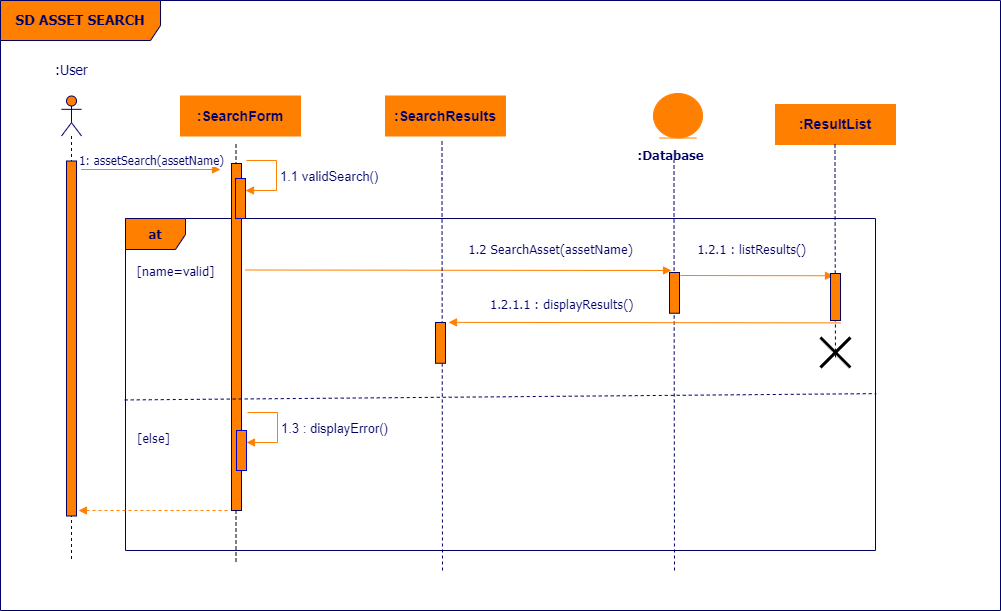
The draw.io diagram itam-uml/itam-sequence-diagram/itam-sequence-diagram-asset-search.png in kxh03/itam, before a commit. Source tidied: cells renumbered, new cells last; positions are measured from the earlier drawing's top-left corner, leaving out a move shared by most shapes. Source of this version:
```xml
<mxGraphModel background="#FFFFFF">
  <root>
    <mxCell id="0" />
    <mxCell id="1" parent="0" />
    <mxCell id="2" style="endArrow=none;dashed=1;html=1;rounded=0;exitX=0.5;exitY=0.614;exitDx=0;exitDy=0;exitPerimeter=0;" parent="1" edge="1">
      <mxGeometry relative="1" as="geometry">
        <mxPoint x="235.5" y="561" as="sourcePoint" />
        <mxPoint x="235.5" y="141" as="targetPoint" />
        <Array as="points">
          <mxPoint x="235.5" y="180" />
        </Array>
      </mxGeometry>
    </mxCell>
    <mxCell id="3" value="&lt;b&gt;SD ASSET SEARCH&lt;/b&gt;" style="shape=umlFrame;whiteSpace=wrap;html=1;strokeColor=#000066;fillColor=#FF8000;fontFamily=Tahoma;fontSize=14;fontColor=#000066;align=center;width=160;height=40;" parent="1" vertex="1">
      <mxGeometry width="1000" height="610" as="geometry" />
    </mxCell>
    <mxCell id="4" style="shape=umlLifeline;participant=umlActor;perimeter=lifelinePerimeter;whiteSpace=wrap;html=1;verticalAlign=top;spacingTop=36;labelBackgroundColor=#ffffff;strokeColor=#000066;fillColor=#FF8000;fontFamily=Tahoma;fontSize=14;fontColor=#000066;" parent="1" vertex="1">
      <mxGeometry x="61" y="95.5" width="20" height="464.5" as="geometry" />
    </mxCell>
    <mxCell id="5" style="html=1;perimeter=orthogonalPerimeter;strokeColor=#000066;fillColor=#FF8000;fontFamily=Tahoma;fontSize=10;fontColor=#000066;align=left;" parent="4" vertex="1">
      <mxGeometry x="5" y="65" width="10" height="355" as="geometry" />
    </mxCell>
    <mxCell id="6" value=":User" style="text;html=1;align=center;verticalAlign=top;spacingTop=-4;fontSize=14;fontFamily=Tahoma;fontColor=#000066;" parent="1" vertex="1">
      <mxGeometry x="41" y="59" width="60" height="20" as="geometry" />
    </mxCell>
    <mxCell id="7" value="&lt;font style=&quot;font-size: 12px;&quot;&gt;1: assetSearch(assetName)&lt;/font&gt;" style="html=1;verticalAlign=bottom;endArrow=block;entryX=0;entryY=0;strokeColor=#FF8000;fontFamily=Tahoma;fontSize=10;fontColor=#000066;" parent="1" edge="1">
      <mxGeometry relative="1" as="geometry">
        <mxPoint x="80.5" y="169" as="sourcePoint" />
        <mxPoint x="220" y="169" as="targetPoint" />
      </mxGeometry>
    </mxCell>
    <mxCell id="8" value="&lt;font style=&quot;font-size: 13px;&quot;&gt;&lt;b&gt;at&lt;/b&gt;&lt;/font&gt;" style="shape=umlFrame;whiteSpace=wrap;html=1;strokeColor=#000066;fillColor=#FF8000;fontFamily=Tahoma;fontSize=10;fontColor=#000066;align=center;width=60;height=31;" parent="1" vertex="1">
      <mxGeometry x="125" y="218" width="750" height="332" as="geometry" />
    </mxCell>
    <mxCell id="9" value="&lt;font color=&quot;#000066&quot; style=&quot;font-size: 14px;&quot;&gt;&lt;b&gt;:SearchForm&lt;/b&gt;&lt;/font&gt;" style="rounded=0;whiteSpace=wrap;html=1;strokeColor=#FF8000;fillColor=#FF8000;" parent="1" vertex="1">
      <mxGeometry x="180" y="95.5" width="120" height="40" as="geometry" />
    </mxCell>
    <mxCell id="10" style="html=1;perimeter=orthogonalPerimeter;strokeColor=#000066;fillColor=#FF8000;fontFamily=Tahoma;fontSize=10;fontColor=#000066;align=left;" parent="1" vertex="1">
      <mxGeometry x="231" y="163" width="10" height="347" as="geometry" />
    </mxCell>
    <mxCell id="11" style="html=1;points=[[0,0,0,0,5],[0,1,0,0,-5],[1,0,0,0,5],[1,1,0,0,-5]];perimeter=orthogonalPerimeter;outlineConnect=0;targetShapes=umlLifeline;portConstraint=eastwest;newEdgeStyle={&quot;curved&quot;:0,&quot;rounded&quot;:0};strokeColor=#0000CC;fillColor=#FF8000;" parent="1" vertex="1">
      <mxGeometry x="235" y="178" width="10" height="40" as="geometry" />
    </mxCell>
    <mxCell id="12" value="&lt;font style=&quot;font-size: 13px;&quot; color=&quot;#000066&quot;&gt;1.1 validSearch()&lt;/font&gt;" style="html=1;align=left;spacingLeft=2;endArrow=block;rounded=0;edgeStyle=orthogonalEdgeStyle;curved=0;rounded=0;strokeColor=#FF8000;" parent="1" edge="1" target="11">
      <mxGeometry x="0.01" relative="1" as="geometry">
        <mxPoint x="246" y="160" as="sourcePoint" />
        <Array as="points">
          <mxPoint x="276" y="190" />
        </Array>
      </mxGeometry>
    </mxCell>
    <mxCell id="13" value="&lt;div style=&quot;text-align: center&quot;&gt;&lt;span style=&quot;font-size: 13px;&quot;&gt;[name=valid]&lt;/span&gt;&lt;/div&gt;" style="text;html=1;align=center;verticalAlign=top;spacingTop=-4;fontSize=14;fontFamily=Tahoma;fontColor=#000066;" parent="1" vertex="1">
      <mxGeometry x="125" y="260" width="100" height="20" as="geometry" />
    </mxCell>
    <mxCell id="14" style="html=1;verticalAlign=bottom;endArrow=block;strokeColor=#FF8000;fontFamily=Tahoma;fontSize=10;fontColor=#000066;" parent="1" edge="1">
      <mxGeometry relative="1" as="geometry">
        <mxPoint x="245" y="269.5" as="sourcePoint" />
        <mxPoint x="671" y="270" as="targetPoint" />
      </mxGeometry>
    </mxCell>
    <mxCell id="15" style="endArrow=none;dashed=1;html=1;rounded=0;strokeColor=#000066;" parent="1" edge="1">
      <mxGeometry relative="1" as="geometry">
        <mxPoint x="442" y="570" as="sourcePoint" />
        <mxPoint x="441.5" y="139" as="targetPoint" />
        <Array as="points">
          <mxPoint x="441.5" y="178" />
        </Array>
      </mxGeometry>
    </mxCell>
    <mxCell id="16" value="&lt;font color=&quot;#000066&quot; style=&quot;font-size: 14px;&quot;&gt;&lt;b&gt;:SearchResults&lt;/b&gt;&lt;/font&gt;" style="rounded=0;whiteSpace=wrap;html=1;strokeColor=#FF8000;fillColor=#FF8000;" parent="1" vertex="1">
      <mxGeometry x="385" y="95.5" width="120" height="40" as="geometry" />
    </mxCell>
    <mxCell id="17" style="html=1;perimeter=orthogonalPerimeter;strokeColor=#000066;fillColor=#FF8000;fontFamily=Tahoma;fontSize=10;fontColor=#000066;align=left;" parent="1" vertex="1">
      <mxGeometry x="435" y="322" width="10" height="40.8" as="geometry" />
    </mxCell>
    <mxCell id="18" value="&lt;div style=&quot;text-align: center&quot;&gt;&lt;span style=&quot;font-size: 13px;&quot;&gt;1.2 SearchAsset(assetName)&lt;/span&gt;&lt;/div&gt;" style="text;html=1;align=center;verticalAlign=top;spacingTop=-4;fontSize=14;fontFamily=Tahoma;fontColor=#000066;" parent="1" vertex="1">
      <mxGeometry x="455" y="237.8" width="190" height="20" as="geometry" />
    </mxCell>
    <mxCell id="19" style="ellipse;shape=umlEntity;whiteSpace=wrap;html=1;fillColor=#FF8000;strokeColor=#FF8000;" parent="1" vertex="1">
      <mxGeometry x="653" y="93" width="49" height="44.5" as="geometry" />
    </mxCell>
    <mxCell id="20" value="&lt;div style=&quot;text-align: center&quot;&gt;&lt;span style=&quot;font-size: 13px;&quot;&gt;&lt;b&gt;:Database&lt;/b&gt;&lt;/span&gt;&lt;/div&gt;" style="text;html=1;align=center;verticalAlign=top;spacingTop=-4;fontSize=14;fontFamily=Tahoma;fontColor=#000066;" parent="1" vertex="1">
      <mxGeometry x="625" y="144" width="90" height="20" as="geometry" />
    </mxCell>
    <mxCell id="21" style="endArrow=none;dashed=1;html=1;rounded=0;strokeColor=#000066;" parent="1" edge="1">
      <mxGeometry relative="1" as="geometry">
        <mxPoint x="674" y="570" as="sourcePoint" />
        <mxPoint x="673.5" y="160" as="targetPoint" />
        <Array as="points">
          <mxPoint x="673.5" y="199" />
        </Array>
      </mxGeometry>
    </mxCell>
    <mxCell id="22" style="html=1;perimeter=orthogonalPerimeter;strokeColor=#000066;fillColor=#FF8000;fontFamily=Tahoma;fontSize=10;fontColor=#000066;align=left;" parent="1" vertex="1">
      <mxGeometry x="669" y="272" width="10" height="40.8" as="geometry" />
    </mxCell>
    <mxCell id="23" style="html=1;verticalAlign=bottom;endArrow=block;strokeColor=#FF8000;fontFamily=Tahoma;fontSize=10;fontColor=#000066;" parent="1" edge="1">
      <mxGeometry relative="1" as="geometry">
        <mxPoint x="680" y="275" as="sourcePoint" />
        <mxPoint x="833" y="275.2" as="targetPoint" />
      </mxGeometry>
    </mxCell>
    <mxCell id="24" value="&lt;font color=&quot;#000066&quot;&gt;&lt;span style=&quot;font-size: 14px;&quot;&gt;&lt;b&gt;:ResultList&lt;/b&gt;&lt;/span&gt;&lt;/font&gt;" style="rounded=0;whiteSpace=wrap;html=1;strokeColor=#FF8000;fillColor=#FF8000;" parent="1" vertex="1">
      <mxGeometry x="775" y="104" width="120" height="40" as="geometry" />
    </mxCell>
    <mxCell id="25" style="endArrow=none;dashed=1;html=1;rounded=0;strokeColor=#000066;" parent="1" edge="1">
      <mxGeometry relative="1" as="geometry">
        <mxPoint x="835" y="357" as="sourcePoint" />
        <mxPoint x="834.5" y="144" as="targetPoint" />
        <Array as="points">
          <mxPoint x="834.5" y="183" />
        </Array>
      </mxGeometry>
    </mxCell>
    <mxCell id="26" style="html=1;perimeter=orthogonalPerimeter;strokeColor=#000066;fillColor=#FF8000;fontFamily=Tahoma;fontSize=10;fontColor=#000066;align=left;" parent="1" vertex="1">
      <mxGeometry x="830" y="273" width="10" height="47" as="geometry" />
    </mxCell>
    <mxCell id="27" value="&lt;div style=&quot;text-align: center&quot;&gt;&lt;span style=&quot;font-size: 13px;&quot;&gt;&amp;nbsp; &amp;nbsp;1.2.1 : listResults()&lt;/span&gt;&lt;/div&gt;" style="text;html=1;align=center;verticalAlign=top;spacingTop=-4;fontSize=14;fontFamily=Tahoma;fontColor=#000066;" parent="1" vertex="1">
      <mxGeometry x="675" y="237.8" width="140" height="20" as="geometry" />
    </mxCell>
    <mxCell id="28" style="html=1;verticalAlign=bottom;endArrow=block;strokeColor=#FF8000;fontFamily=Tahoma;fontSize=10;fontColor=#000066;" parent="1" edge="1">
      <mxGeometry relative="1" as="geometry">
        <mxPoint x="840" y="322.4" as="sourcePoint" />
        <mxPoint x="448" y="321.9" as="targetPoint" />
      </mxGeometry>
    </mxCell>
    <mxCell id="29" value="&lt;div style=&quot;text-align: center&quot;&gt;&lt;span style=&quot;font-size: 13px;&quot;&gt;&amp;nbsp; &amp;nbsp;1.2.1.1 : displayResults()&lt;/span&gt;&lt;/div&gt;" style="text;html=1;align=center;verticalAlign=top;spacingTop=-4;fontSize=14;fontFamily=Tahoma;fontColor=#000066;" parent="1" vertex="1">
      <mxGeometry x="465" y="292.8" width="180" height="20" as="geometry" />
    </mxCell>
    <mxCell id="30" style="endArrow=none;dashed=1;html=1;rounded=0;exitX=-0.001;exitY=0.598;exitDx=0;exitDy=0;exitPerimeter=0;entryX=1.001;entryY=0.581;entryDx=0;entryDy=0;entryPerimeter=0;strokeColor=#000066;" parent="1" edge="1">
      <mxGeometry relative="1" as="geometry">
        <mxPoint x="124.2" y="399.5" as="sourcePoint" />
        <mxPoint x="875.8" y="393.1" as="targetPoint" />
      </mxGeometry>
    </mxCell>
    <mxCell id="31" style="shape=umlDestroy;whiteSpace=wrap;html=1;strokeWidth=3;targetShapes=umlLifeline;" parent="1" vertex="1">
      <mxGeometry x="820" y="337" width="30" height="30" as="geometry" />
    </mxCell>
    <mxCell id="32" value="&lt;div style=&quot;text-align: center&quot;&gt;&lt;span style=&quot;font-size: 13px;&quot;&gt;[else]&lt;/span&gt;&lt;/div&gt;" style="text;html=1;align=center;verticalAlign=top;spacingTop=-4;fontSize=14;fontFamily=Tahoma;fontColor=#000066;" parent="1" vertex="1">
      <mxGeometry x="123" y="427" width="60" height="20" as="geometry" />
    </mxCell>
    <mxCell id="33" style="html=1;points=[[0,0,0,0,5],[0,1,0,0,-5],[1,0,0,0,5],[1,1,0,0,-5]];perimeter=orthogonalPerimeter;outlineConnect=0;targetShapes=umlLifeline;portConstraint=eastwest;newEdgeStyle={&quot;curved&quot;:0,&quot;rounded&quot;:0};strokeColor=#0000CC;fillColor=#FF8000;" parent="1" vertex="1">
      <mxGeometry x="236" y="430" width="10" height="40" as="geometry" />
    </mxCell>
    <mxCell id="34" value="&lt;font style=&quot;font-size: 13px;&quot; color=&quot;#000066&quot;&gt;1.3 : displayError()&lt;/font&gt;" style="html=1;align=left;spacingLeft=2;endArrow=block;rounded=0;edgeStyle=orthogonalEdgeStyle;curved=0;rounded=0;strokeColor=#FF8000;" parent="1" edge="1" target="33">
      <mxGeometry x="0.01" relative="1" as="geometry">
        <mxPoint x="247" y="412" as="sourcePoint" />
        <Array as="points">
          <mxPoint x="277" y="442" />
        </Array>
      </mxGeometry>
    </mxCell>
    <mxCell id="35" style="html=1;verticalAlign=bottom;endArrow=block;strokeColor=#FF8000;fontFamily=Tahoma;fontSize=10;fontColor=#000066;dashed=1;" parent="1" edge="1">
      <mxGeometry relative="1" as="geometry">
        <mxPoint x="227" y="510" as="sourcePoint" />
        <mxPoint x="78" y="510" as="targetPoint" />
      </mxGeometry>
    </mxCell>
  </root>
</mxGraphModel>
```
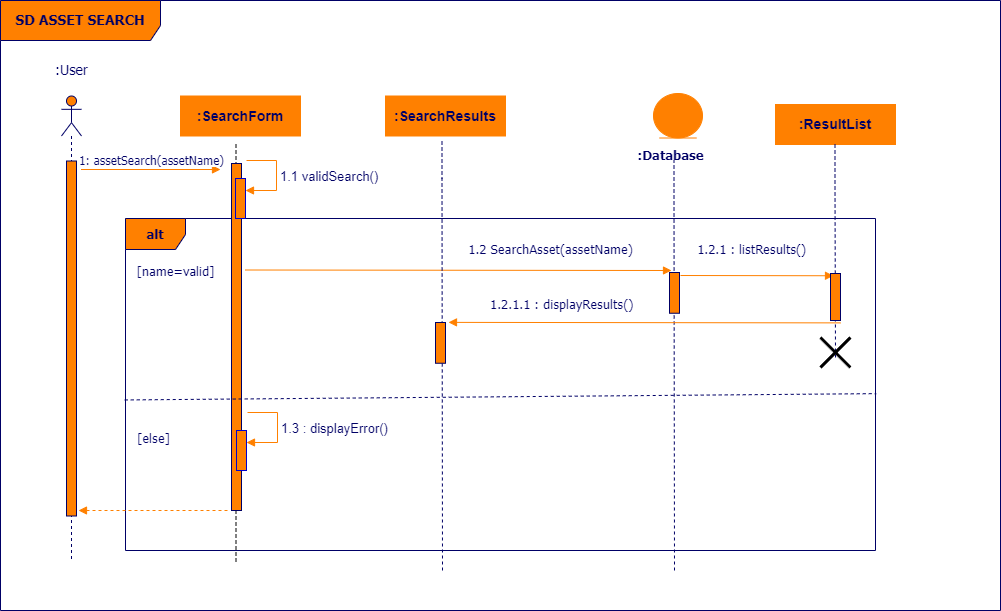
The same diagram one commit later.

Commit message:
Fix sequence and communication diagrams

What changed in the source:
```diff
@@ -29,7 +29,7 @@
         <mxPoint x="220" y="169" as="targetPoint" />
       </mxGeometry>
     </mxCell>
-    <mxCell id="8" value="&lt;font style=&quot;font-size: 13px;&quot;&gt;&lt;b&gt;at&lt;/b&gt;&lt;/font&gt;" style="shape=umlFrame;whiteSpace=wrap;html=1;strokeColor=#000066;fillColor=#FF8000;fontFamily=Tahoma;fontSize=10;fontColor=#000066;align=center;width=60;height=31;" parent="1" vertex="1">
+    <mxCell id="8" value="&lt;font style=&quot;font-size: 13px;&quot;&gt;&lt;b&gt;alt&lt;/b&gt;&lt;/font&gt;" style="shape=umlFrame;whiteSpace=wrap;html=1;strokeColor=#000066;fillColor=#FF8000;fontFamily=Tahoma;fontSize=10;fontColor=#000066;align=center;width=60;height=31;" parent="1" vertex="1">
       <mxGeometry x="125" y="218" width="750" height="332" as="geometry" />
     </mxCell>
     <mxCell id="9" value="&lt;font color=&quot;#000066&quot; style=&quot;font-size: 14px;&quot;&gt;&lt;b&gt;:SearchForm&lt;/b&gt;&lt;/font&gt;" style="rounded=0;whiteSpace=wrap;html=1;strokeColor=#FF8000;fillColor=#FF8000;" parent="1" vertex="1">
```
